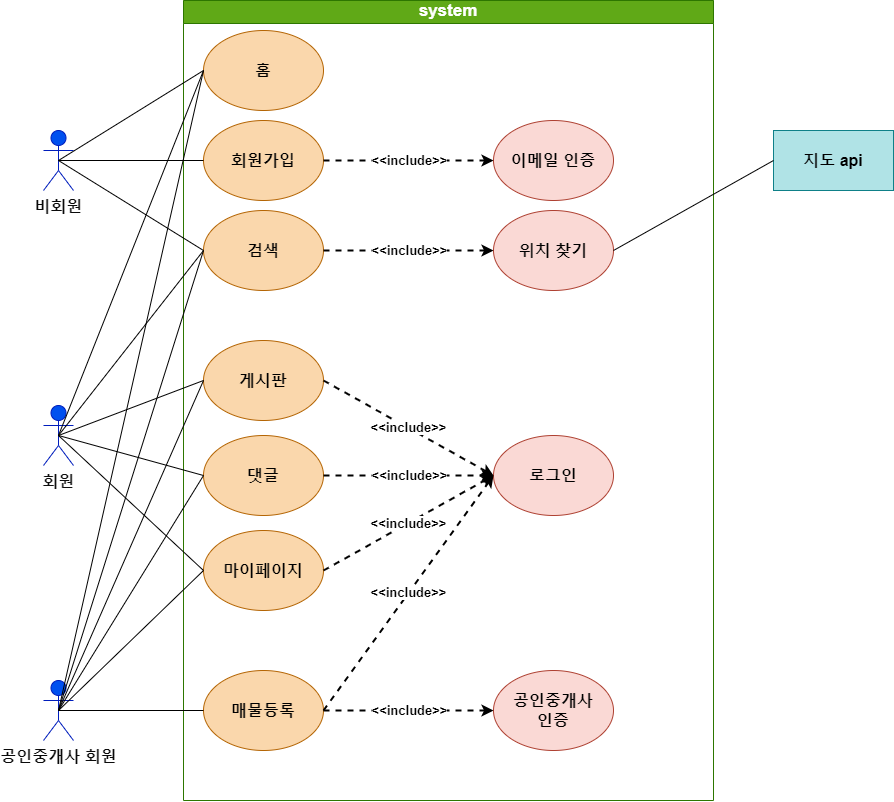
Above: Web_final/presentation/usecaseDiagram.png in HwansooLee/WantedRoom (draw.io), before the change. Source tidied: cells renumbered, new cells last; positions are measured from the earlier drawing's top-left corner, leaving out a move shared by most shapes.
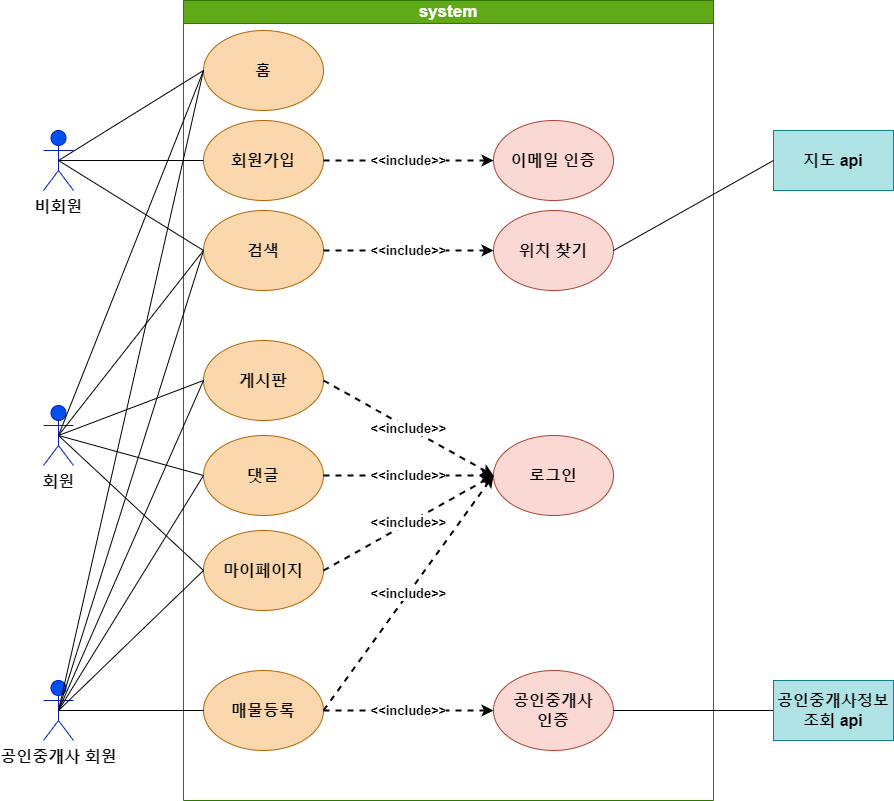
The same diagram one commit later.

The edit, as a diff of the source:
```diff
@@ -118,5 +118,11 @@
     <mxCell id="39" style="endArrow=none;html=1;rounded=0;exitX=0.5;exitY=0.5;exitDx=0;exitDy=0;exitPerimeter=0;entryX=0;entryY=0.5;entryDx=0;entryDy=0;" parent="1" edge="1" source="4" target="12">
       <mxGeometry relative="1" as="geometry" />
     </mxCell>
+    <mxCell id="40" style="rounded=0;jettySize=auto;html=1;exitX=0;exitY=0.5;exitDx=0;exitDy=0;entryX=1;entryY=0.5;entryDx=0;entryDy=0;startArrow=none;startFill=0;endArrow=none;endFill=0;" parent="1" edge="1" source="41" target="13">
+      <mxGeometry relative="1" as="geometry" />
+    </mxCell>
+    <mxCell id="41" value="공인중개사정보조회 api" style="rounded=0;whiteSpace=wrap;html=1;fillColor=#b0e3e6;strokeColor=#0e8088;fontStyle=1;fontSize=16;" parent="1" vertex="1">
+      <mxGeometry x="730" y="680" width="120" height="60" as="geometry" />
+    </mxCell>
   </root>
 </mxGraphModel>
```
